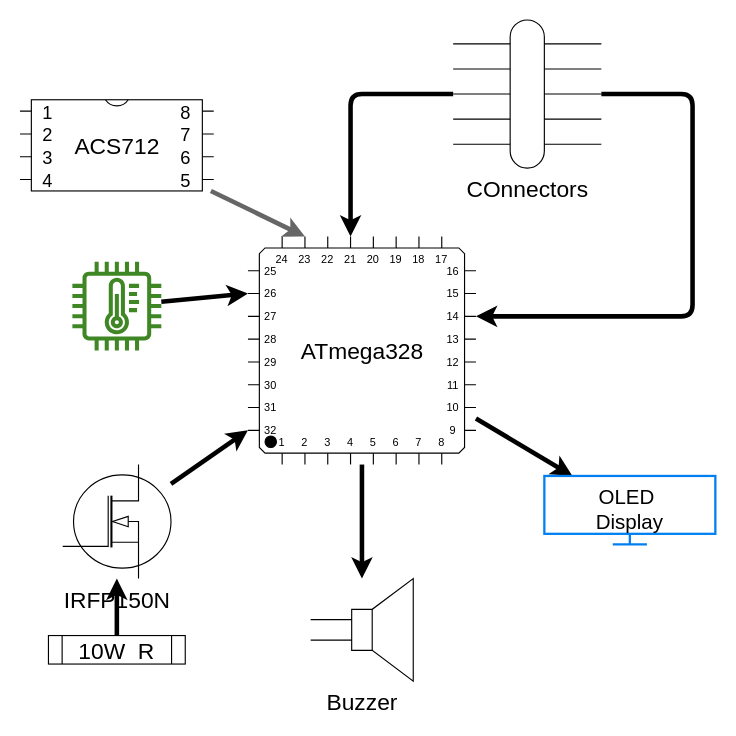
Above: workflow.dio in partha235/wire_harness (draw.io), before the change. Source tidied: cells renumbered, new cells numbered last; positions are measured from the earlier drawing's top-left corner, leaving out a move shared by most shapes. Both pictures are drawn from the tidied source at 114%, with x=0, y=0 at pixel (19, 19).
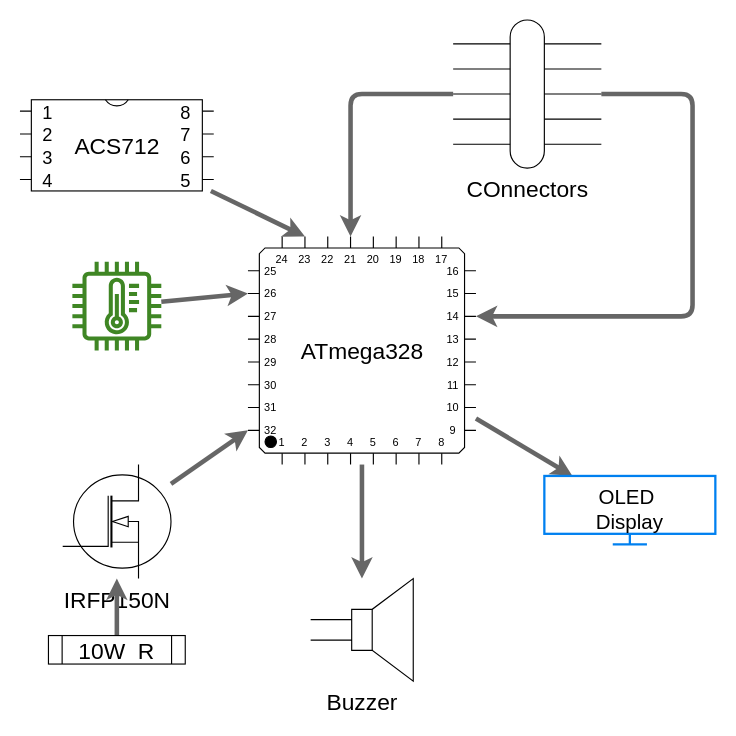
After the change.

Unchanged cells that the change refers to:
```xml
<mxCell id="4" value="&lt;font style=&quot;font-size: 20px;&quot;&gt;ATmega328&lt;/font&gt;" style="shadow=0;dashed=0;align=center;html=1;strokeWidth=1;shape=mxgraph.electrical.logic_gates.qfp_ic;labelNames=a,b,c,d,e,f,g,h,i,j,k,l,m,n,o,p,q,r,s,t,u,v,w,x,y,z,a1,b1,c1,d1,e1,f1,g1,h1,i1,j1,k1,l1,m1,n1;" parent="1" vertex="1">
  <mxGeometry x="200" y="190" width="200" height="200" as="geometry" />
</mxCell>
<mxCell id="8" value="IRFP150N" style="verticalLabelPosition=bottom;shadow=0;dashed=0;align=center;html=1;verticalAlign=top;shape=mxgraph.electrical.mosfets1.n-channel_mosfet_1;fontSize=20;" parent="1" vertex="1">
  <mxGeometry x="37.5" y="390" width="95" height="100" as="geometry" />
</mxCell>
<mxCell id="10" value="&lt;font style=&quot;font-size: 16px;&quot; color=&quot;#ffffff&quot;&gt;&lt;b&gt;DS18B20&lt;/b&gt;&lt;/font&gt;" style="sketch=0;outlineConnect=0;fontColor=#232F3E;gradientColor=none;fillColor=#3F8624;strokeColor=none;dashed=0;verticalLabelPosition=bottom;verticalAlign=top;align=center;html=1;fontSize=12;fontStyle=0;shape=mxgraph.aws4.iot_thing_temperature_sensor;" parent="1" vertex="1">
  <mxGeometry x="46" y="212" width="78" height="78" as="geometry" />
</mxCell>
<mxCell id="11" style="html=1;verticalLabelPosition=bottom;align=center;labelBackgroundColor=#ffffff;verticalAlign=top;strokeWidth=2;strokeColor=#0080F0;shadow=0;dashed=0;shape=mxgraph.ios7.icons.monitor;fontSize=20;" parent="1" vertex="1">
  <mxGeometry x="460" y="400" width="150" height="60" as="geometry" />
</mxCell>
<mxCell id="13" value="10W&amp;nbsp; R" style="shape=process;whiteSpace=wrap;html=1;backgroundOutline=1;fontSize=20;" parent="1" vertex="1">
  <mxGeometry x="25" y="540" width="120" height="25" as="geometry" />
</mxCell>
<mxCell id="14" value="Buzzer" style="verticalLabelPosition=bottom;shadow=0;dashed=0;align=center;html=1;verticalAlign=top;shape=mxgraph.electrical.electro-mechanical.loudspeaker;fontSize=20;" parent="1" vertex="1">
  <mxGeometry x="255" y="490" width="90" height="90" as="geometry" />
</mxCell>
<mxCell id="17" value="COnnectors" style="verticalLabelPosition=bottom;shadow=0;dashed=0;align=center;html=1;verticalAlign=top;shape=mxgraph.electrical.transmission.cable_group;fontSize=20;" parent="1" vertex="1">
  <mxGeometry x="380" width="130" height="130" as="geometry" />
</mxCell>
```

Change to the diagram source:
```diff
@@
-    <mxCell id="2" style="edgeStyle=none;html=1;strokeWidth=4;fontSize=14;fontColor=#FFFFFF;" parent="1" edge="1" source="4" target="14">
+    <mxCell id="2" style="edgeStyle=none;html=1;strokeWidth=4;fontSize=14;fontColor=#FFFFFF;fillColor=#f5f5f5;strokeColor=#666666;" parent="1" edge="1" source="4" target="14">
       <mxGeometry relative="1" as="geometry" />
     </mxCell>
-    <mxCell id="3" style="edgeStyle=none;html=1;strokeWidth=4;fontSize=14;fontColor=#FFFFFF;" parent="1" edge="1" source="4" target="11">
+    <mxCell id="3" style="edgeStyle=none;html=1;strokeWidth=4;fontSize=14;fontColor=#FFFFFF;fillColor=#f5f5f5;strokeColor=#666666;" parent="1" edge="1" source="4" target="11">
       <mxGeometry relative="1" as="geometry" />
     </mxCell>
@@
-    <mxCell id="7" style="edgeStyle=none;html=1;entryX=0;entryY=0;entryDx=0;entryDy=170;entryPerimeter=0;strokeWidth=4;fontSize=14;fontColor=#FFFFFF;" parent="1" edge="1" source="8" target="4">
+    <mxCell id="7" style="edgeStyle=none;html=1;entryX=0;entryY=0;entryDx=0;entryDy=170;entryPerimeter=0;strokeWidth=4;fontSize=14;fontColor=#FFFFFF;fillColor=#f5f5f5;strokeColor=#666666;" parent="1" edge="1" source="8" target="4">
       <mxGeometry relative="1" as="geometry" />
     </mxCell>
@@
-    <mxCell id="9" style="edgeStyle=none;html=1;entryX=0;entryY=0;entryDx=0;entryDy=50;entryPerimeter=0;strokeWidth=4;fontSize=14;fontColor=#FFFFFF;" parent="1" edge="1" source="10" target="4">
+    <mxCell id="9" style="edgeStyle=none;html=1;entryX=0;entryY=0;entryDx=0;entryDy=50;entryPerimeter=0;strokeWidth=4;fontSize=14;fontColor=#FFFFFF;fillColor=#f5f5f5;strokeColor=#666666;" parent="1" edge="1" source="10" target="4">
       <mxGeometry relative="1" as="geometry" />
     </mxCell>
@@
-    <mxCell id="12" style="edgeStyle=none;html=1;strokeWidth=4;fontSize=14;fontColor=#FFFFFF;" parent="1" edge="1" source="13" target="8">
+    <mxCell id="12" style="edgeStyle=none;html=1;strokeWidth=4;fontSize=14;fontColor=#FFFFFF;fillColor=#f5f5f5;strokeColor=#666666;" parent="1" edge="1" source="13" target="8">
       <mxGeometry relative="1" as="geometry" />
     </mxCell>
@@
-    <mxCell id="15" style="edgeStyle=none;html=1;entryX=0;entryY=0;entryDx=90;entryDy=0;entryPerimeter=0;strokeWidth=4;fontSize=14;fontColor=#FFFFFF;" parent="1" edge="1" source="17" target="4">
+    <mxCell id="15" style="edgeStyle=none;html=1;entryX=0;entryY=0;entryDx=90;entryDy=0;entryPerimeter=0;strokeWidth=4;fontSize=14;fontColor=#FFFFFF;fillColor=#f5f5f5;strokeColor=#666666;" parent="1" edge="1" source="17" target="4">
       <mxGeometry relative="1" as="geometry">
         <Array as="points">
           <mxPoint x="290" y="65" />
         </Array>
       </mxGeometry>
     </mxCell>
-    <mxCell id="16" style="edgeStyle=none;html=1;entryX=1;entryY=0;entryDx=0;entryDy=70;entryPerimeter=0;strokeWidth=4;fontSize=14;fontColor=#FFFFFF;" parent="1" edge="1" source="17" target="4">
+    <mxCell id="16" style="edgeStyle=none;html=1;entryX=1;entryY=0;entryDx=0;entryDy=70;entryPerimeter=0;strokeWidth=4;fontSize=14;fontColor=#FFFFFF;fillColor=#f5f5f5;strokeColor=#666666;" parent="1" edge="1" source="17" target="4">
       <mxGeometry relative="1" as="geometry">
         <Array as="points">
           <mxPoint x="590" y="65" />
           <mxPoint x="590" y="260" />
         </Array>
       </mxGeometry>
     </mxCell>
```
